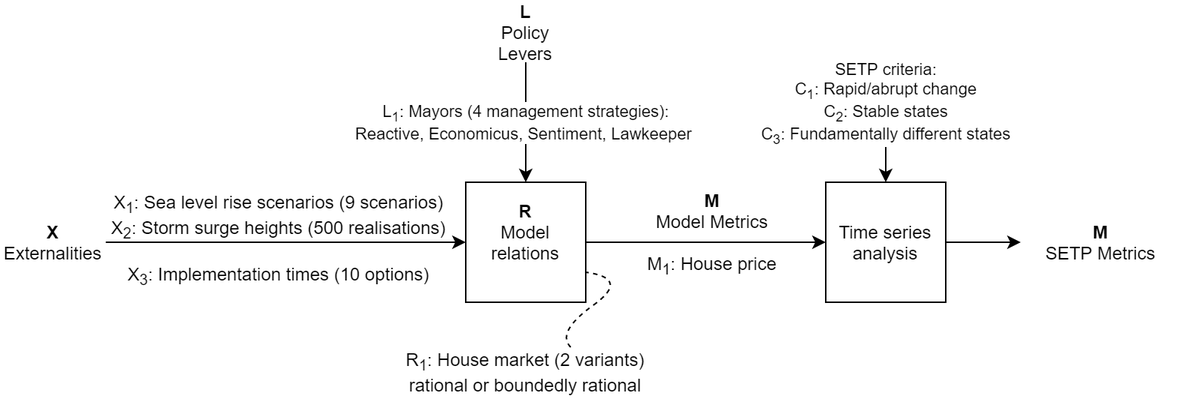
Before: Drawings/XLRM.dio.png, a diagram exported from draw.io (keesvanginkel/Urban-SETP). Source tidied: cells renumbered, new cells last; positions are measured from the earlier drawing's top-left corner, leaving out a move shared by most shapes.
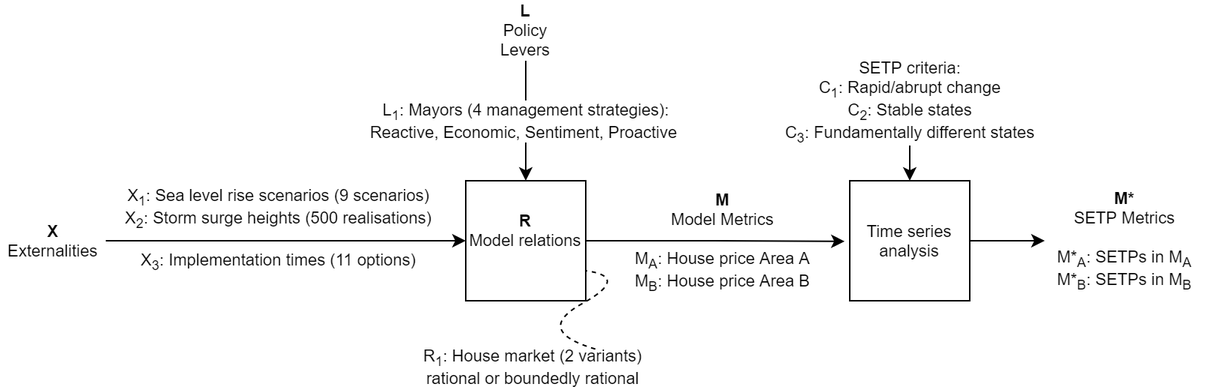
Later version of the same file.

The edit, as a diff of the source:
```diff
@@ -2,59 +2,60 @@
   <root>
     <mxCell id="0" />
     <mxCell id="1" parent="0" />
-    <mxCell id="2" style="edgeStyle=orthogonalEdgeStyle;rounded=0;html=1;exitX=1;exitY=0.5;jettySize=auto;entryX=0;entryY=0.5;" parent="1" edge="1" source="4" target="12">
-      <mxGeometry relative="1" as="geometry" />
+    <mxCell id="2" style="edgeStyle=orthogonalEdgeStyle;rounded=0;html=1;exitX=1;exitY=0.5;jettySize=auto;entryX=0;entryY=0.5;fontSize=11;" parent="1" edge="1" source="4">
+      <mxGeometry relative="1" as="geometry">
+        <mxPoint x="551.6" y="160.4" as="targetPoint" />
+      </mxGeometry>
     </mxCell>
-    <mxCell id="3" value="&lt;div&gt;&lt;b&gt;M&lt;/b&gt;&lt;/div&gt;&lt;div&gt;Model Metrics&lt;/div&gt;&lt;div&gt;&lt;br&gt;&lt;/div&gt;M&lt;sub&gt;1&lt;/sub&gt;: House price" style="text;html=1;align=center;verticalAlign=middle;labelBackgroundColor=none;" parent="2" vertex="1">
+    <mxCell id="3" value="&lt;div&gt;&lt;b&gt;M&lt;/b&gt;&lt;/div&gt;&lt;div&gt;Model Metrics&lt;/div&gt;&lt;div&gt;&lt;br&gt;&lt;/div&gt;M&lt;sub&gt;A&lt;/sub&gt;: House price Area A&lt;br&gt;M&lt;sub&gt;B&lt;/sub&gt;: House price Area B" style="text;html=1;align=center;verticalAlign=middle;labelBackgroundColor=none;fontSize=11;" parent="2" vertex="1">
       <mxGeometry x="0.3" y="2" relative="1" as="geometry">
-        <mxPoint x="-21" y="-4" as="offset" />
+        <mxPoint x="-21" y="2" as="offset" />
       </mxGeometry>
     </mxCell>
-    <mxCell id="4" value="&lt;b&gt;R&lt;/b&gt;&lt;div&gt;Model relations&lt;/div&gt;&lt;div&gt;&lt;br&gt;&lt;/div&gt;" style="whiteSpace=wrap;html=1;" parent="1" vertex="1">
-      <mxGeometry x="310" y="120" width="80" height="80" as="geometry" />
+    <mxCell id="4" value="&lt;b&gt;R&lt;/b&gt;&lt;div&gt;Model relations&lt;/div&gt;&lt;div&gt;&lt;br&gt;&lt;/div&gt;" style="whiteSpace=wrap;html=1;fontSize=11;" parent="1" vertex="1">
+      <mxGeometry x="299" y="120" width="80" height="80" as="geometry" />
     </mxCell>
-    <mxCell id="5" value="&lt;div&gt;&lt;b&gt;X&lt;/b&gt;&lt;/div&gt;Externalities" style="text;html=1;strokeColor=none;fillColor=none;align=center;verticalAlign=middle;whiteSpace=wrap;rounded=0;" parent="1" vertex="1">
-      <mxGeometry y="150" width="70" height="20" as="geometry" />
+    <mxCell id="5" value="&lt;div&gt;&lt;b&gt;X&lt;/b&gt;&lt;/div&gt;Externalities" style="text;html=1;strokeColor=none;fillColor=none;align=center;verticalAlign=middle;whiteSpace=wrap;rounded=0;fontSize=11;" parent="1" vertex="1">
+      <mxGeometry x="-11" y="150" width="70" height="20" as="geometry" />
     </mxCell>
-    <mxCell id="6" style="endArrow=classic;html=1;entryX=0;entryY=0.5;" parent="1" edge="1" source="5" target="4">
+    <mxCell id="6" style="endArrow=classic;html=1;entryX=0;entryY=0.5;fontSize=11;" parent="1" edge="1" source="5" target="4">
       <mxGeometry relative="1" as="geometry" />
     </mxCell>
-    <mxCell id="7" value="X&lt;sub&gt;1&lt;/sub&gt;: Sea level rise scenarios (9 scenarios)&lt;div&gt;&lt;div&gt;X&lt;sub&gt;2&lt;/sub&gt;: Storm surge heights (500 realisations)&lt;/div&gt;&lt;/div&gt;&lt;div&gt;&lt;br&gt;&lt;/div&gt;&lt;div&gt;X&lt;sub&gt;3&lt;/sub&gt;: Implementation times (10 options)&lt;/div&gt;" style="text;html=1;align=center;verticalAlign=middle;labelBackgroundColor=none;" parent="6" vertex="1">
+    <mxCell id="7" value="X&lt;sub&gt;1&lt;/sub&gt;: Sea level rise scenarios (9 scenarios)&lt;div&gt;&lt;div&gt;X&lt;sub&gt;2&lt;/sub&gt;: Storm surge heights (500 realisations)&lt;/div&gt;&lt;/div&gt;&lt;div&gt;&lt;br&gt;&lt;/div&gt;&lt;div&gt;X&lt;sub&gt;3&lt;/sub&gt;: Implementation times (11 options)&lt;/div&gt;" style="text;html=1;align=center;verticalAlign=middle;labelBackgroundColor=none;fontSize=11;" parent="6" vertex="1">
       <mxGeometry x="0.23" y="-3" relative="1" as="geometry">
-        <mxPoint x="-33" y="-5" as="offset" />
+        <mxPoint x="-33" y="-12" as="offset" />
       </mxGeometry>
     </mxCell>
-    <mxCell id="8" value="L&lt;sub&gt;1&lt;/sub&gt;: Mayors (4 management strategies):&lt;div&gt;Reactive, Economicus, Sentiment, Lawkeeper&amp;nbsp;&lt;/div&gt;" style="edgeStyle=orthogonalEdgeStyle;rounded=0;html=1;jettySize=auto;" parent="1" edge="1" source="9" target="4">
+    <mxCell id="8" value="L&lt;sub&gt;1&lt;/sub&gt;: Mayors (4 management strategies):&lt;div&gt;Reactive, Economic, Sentiment, Proactive&amp;nbsp;&lt;/div&gt;" style="edgeStyle=orthogonalEdgeStyle;rounded=0;html=1;jettySize=auto;fontSize=11;" parent="1" edge="1" source="9" target="4">
       <mxGeometry relative="1" as="geometry" />
     </mxCell>
-    <mxCell id="9" value="&lt;div&gt;&lt;b&gt;L&lt;/b&gt;&lt;/div&gt;Policy Levers" style="text;html=1;strokeColor=none;fillColor=none;align=center;verticalAlign=middle;whiteSpace=wrap;rounded=0;" parent="1" vertex="1">
-      <mxGeometry x="330" width="40" height="40" as="geometry" />
+    <mxCell id="9" value="&lt;div&gt;&lt;b&gt;L&lt;/b&gt;&lt;/div&gt;Policy Levers" style="text;html=1;strokeColor=none;fillColor=none;align=center;verticalAlign=middle;whiteSpace=wrap;rounded=0;fontSize=11;" parent="1" vertex="1">
+      <mxGeometry x="319" width="40" height="40" as="geometry" />
     </mxCell>
-    <mxCell id="10" value="&lt;div&gt;&lt;b&gt;M&lt;/b&gt;&lt;/div&gt;&lt;div&gt;SETP Metrics&lt;/div&gt;" style="text;html=1;strokeColor=none;fillColor=none;align=center;verticalAlign=middle;whiteSpace=wrap;rounded=0;" parent="1" vertex="1">
-      <mxGeometry x="680" y="140" width="107" height="40" as="geometry" />
+    <mxCell id="10" value="&lt;div&gt;&lt;b&gt;M*&lt;/b&gt;&lt;/div&gt;&lt;div&gt;SETP Metrics&lt;/div&gt;&lt;div&gt;&lt;br&gt;&lt;/div&gt;&lt;div&gt;M*&lt;sub&gt;A&lt;/sub&gt;: SETPs in M&lt;sub&gt;A&lt;/sub&gt;&lt;/div&gt;&lt;div&gt;M*&lt;sub&gt;B&lt;/sub&gt;: SETPs in M&lt;sub&gt;B&lt;/sub&gt;&lt;sub&gt;&lt;br&gt;&lt;/sub&gt;&lt;/div&gt;" style="text;html=1;strokeColor=none;fillColor=none;align=center;verticalAlign=middle;whiteSpace=wrap;rounded=0;fontSize=11;" parent="1" vertex="1">
+      <mxGeometry x="685" y="140" width="107" height="40" as="geometry" />
     </mxCell>
-    <mxCell id="11" style="edgeStyle=orthogonalEdgeStyle;rounded=0;html=1;exitX=1;exitY=0.5;endArrow=classic;endFill=1;jettySize=auto;" parent="1" edge="1" source="12" target="10">
+    <mxCell id="11" style="edgeStyle=orthogonalEdgeStyle;rounded=0;html=1;exitX=1;exitY=0.5;endArrow=classic;endFill=1;jettySize=auto;fontSize=11;" parent="1" edge="1" source="12" target="10">
       <mxGeometry relative="1" as="geometry" />
     </mxCell>
-    <mxCell id="12" value="Time series analysis" style="rounded=0;whiteSpace=wrap;html=1;" parent="1" vertex="1">
-      <mxGeometry x="550" y="120" width="80" height="80" as="geometry" />
+    <mxCell id="12" value="Time series analysis" style="rounded=0;whiteSpace=wrap;html=1;fontSize=11;" parent="1" vertex="1">
+      <mxGeometry x="555" y="120" width="80" height="80" as="geometry" />
     </mxCell>
-    <mxCell id="13" value="R&lt;sub&gt;1&lt;/sub&gt;: House market (2 variants)&lt;div&gt;rational or&amp;nbsp;&lt;span style=&quot;letter-spacing: 0px&quot;&gt;boundedly rational&lt;/span&gt;&lt;/div&gt;" style="text;html=1;strokeColor=none;fillColor=none;align=center;verticalAlign=middle;whiteSpace=wrap;rounded=0;" parent="1" vertex="1">
-      <mxGeometry x="160" y="230" width="380" height="34" as="geometry" />
+    <mxCell id="13" value="R&lt;sub&gt;1&lt;/sub&gt;: House market (2 variants)&lt;div&gt;rational or&amp;nbsp;&lt;span style=&quot;letter-spacing: 0px&quot;&gt;boundedly rational&lt;/span&gt;&lt;/div&gt;" style="text;html=1;strokeColor=none;fillColor=none;align=center;verticalAlign=middle;whiteSpace=wrap;rounded=0;fontSize=11;" parent="1" vertex="1">
+      <mxGeometry x="154" y="234" width="380" height="20" as="geometry" />
     </mxCell>
-    <mxCell id="14" value="SETP criteria:&lt;div&gt;C&lt;sub&gt;1&lt;/sub&gt;: Rapid/abrupt change&lt;/div&gt;&lt;div&gt;C&lt;sub&gt;2&lt;/sub&gt;: Stable states&lt;/div&gt;&lt;div&gt;C&lt;sub&gt;3&lt;/sub&gt;: Fundamentally different states&lt;/div&gt;" style="endArrow=classic;html=1;" parent="1" edge="1">
+    <mxCell id="14" value="SETP criteria:&lt;div&gt;C&lt;sub&gt;1&lt;/sub&gt;: Rapid/abrupt change&lt;/div&gt;&lt;div&gt;C&lt;sub&gt;2&lt;/sub&gt;: Stable states&lt;/div&gt;&lt;div&gt;C&lt;sub&gt;3&lt;/sub&gt;: Fundamentally different states&lt;/div&gt;" style="endArrow=classic;html=1;fontSize=11;" parent="1" edge="1">
       <mxGeometry x="-1" y="-10" relative="1" as="geometry">
-        <mxPoint x="590" y="77" as="sourcePoint" />
-        <mxPoint x="590" y="120" as="targetPoint" />
+        <mxPoint x="595" y="77" as="sourcePoint" />
+        <mxPoint x="595" y="120" as="targetPoint" />
         <mxPoint x="10" y="-10" as="offset" />
       </mxGeometry>
     </mxCell>
-    <mxCell id="15" style="curved=1;endArrow=none;html=1;dashed=1;endFill=0;entryX=1;entryY=0.75;" parent="1" edge="1" target="4">
+    <mxCell id="15" style="curved=1;endArrow=none;html=1;dashed=1;endFill=0;exitX=0.609;exitY=-0.09;exitPerimeter=0;entryX=1;entryY=0.75;fontSize=11;" parent="1" edge="1" source="13" target="4">
       <mxGeometry relative="1" as="geometry">
-        <mxPoint x="380" y="230" as="sourcePoint" />
         <Array as="points">
-          <mxPoint x="370" y="220" />
-          <mxPoint x="420" y="184" />
+          <mxPoint x="344" y="220" />
+          <mxPoint x="409" y="184" />
         </Array>
       </mxGeometry>
     </mxCell>
```
